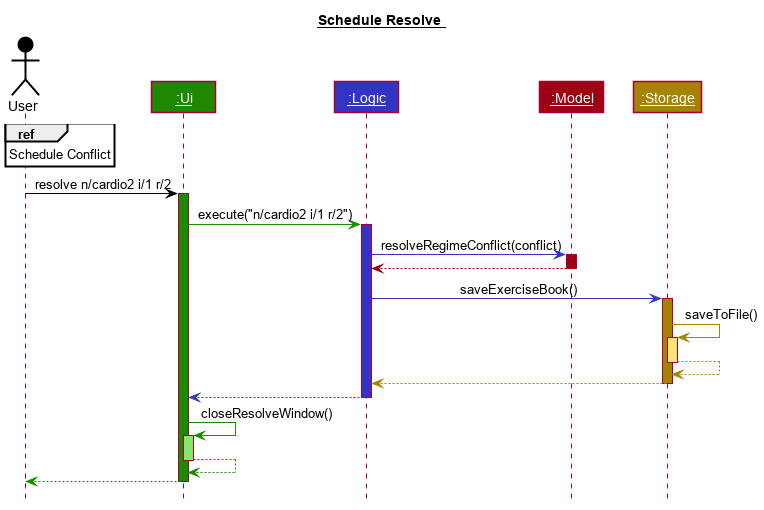
t-cheepeng/main keeps this PlantUML diagram as docs/images/ScheduleResolve.png. Above is the earlier version. Its diagram source:
```plantuml
@startuml ScheduleResolve








skinparam BackgroundColor #FFFFFFF

skinparam Shadowing false

skinparam Class {
    FontColor #FFFFFF
    BorderThickness 1
    BorderColor #FFFFFF
    StereotypeFontColor #FFFFFF
    FontName Arial
}

skinparam Actor {
    BorderColor #000000
    Color #000000
    FontName Arial
}

skinparam Sequence {
    MessageAlign center
    BoxFontSize 15
    BoxPadding 0
    BoxFontColor #FFFFFF
    FontName Arial
}

skinparam Participant {
    FontColor #FFFFFFF
    Padding 20
}

skinparam MinClassWidth 50
skinparam ParticipantPadding 10
skinparam Shadowing false
skinparam DefaultTextAlignment center
skinparam packageStyle Rectangle

hide footbox
hide members
hide circle

title __Schedule Resolve__
actor User #000000
participant "__:Ui__" as Ui #1D8900
participant "__:Logic__" as Logic #3333C4
participant "__:Model__" as Model #9D0012
participant "__:Storage__" as Storage #A38300

ref over User
Schedule Conflict
end ref

User -[#000000]> Ui: resolve n/cardio2 i/1 r/2
activate Ui #1D8900

Ui -[#1D8900]> Logic: execute("n/cardio2 i/1 r/2")
activate Logic #3333C4

Logic -[#3333C4]> Model: resolveRegimeConflict(conflict)
activate Model #9D0012

Model --[#9D0012]> Logic
deactivate Model

Logic -[#3333C4]> Storage: saveExerciseBook()
activate Storage #A38300

Storage -[#A38300]> Storage: saveToFile()
activate Storage #FFE374
return

Storage --[#A38300]> Logic
deactivate Storage

Logic --[#3333C4]> Ui
deactivate Logic

Ui -[#1D8900]> Ui: closeResolveWindow()
activate Ui #83E769
return

Ui --[#1D8900]> User
deactivate Ui

@enduml
```
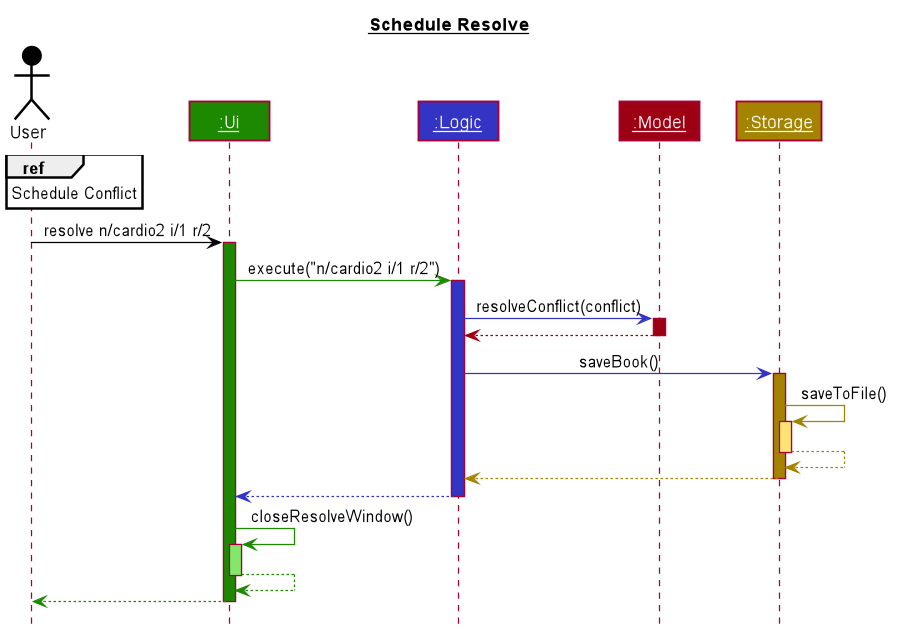
After the commit.

Diff of the diagram source:
```diff
@@ -65,13 +65,13 @@
 Ui -[#1D8900]> Logic: execute("n/cardio2 i/1 r/2")
 activate Logic #3333C4
 
-Logic -[#3333C4]> Model: resolveRegimeConflict(conflict)
+Logic -[#3333C4]> Model: resolveConflict(conflict)
 activate Model #9D0012
 
 Model --[#9D0012]> Logic
 deactivate Model
 
-Logic -[#3333C4]> Storage: saveExerciseBook()
+Logic -[#3333C4]> Storage: saveBook()
 activate Storage #A38300
 
 Storage -[#A38300]> Storage: saveToFile()
```
